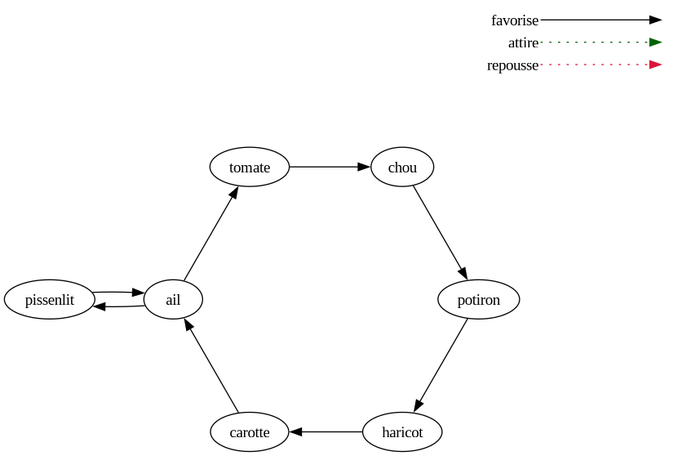
The Graphviz diagram graph/graph.dot.png in locherry/Jardin, before a commit. Its source is kept beside it as graph/graph.dot.
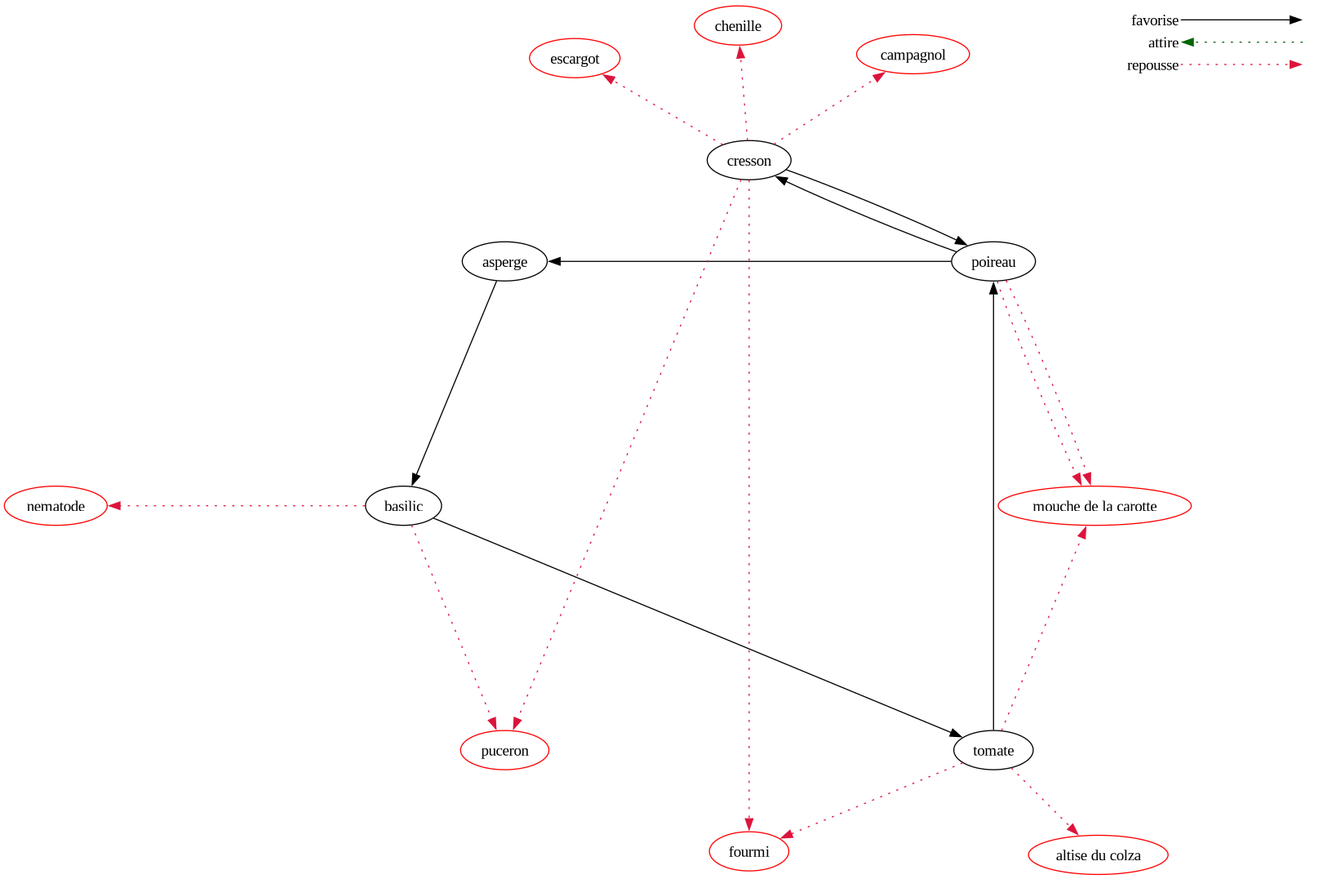
The same diagram one commit later.

Diff of the diagram source:
```diff
@@ -1,28 +1,51 @@
 digraph {
     layout="circo"
-    "pissenlit" -> "ail"
-    "ail" -> "tomate"
-    "tomate" -> "chou"
-    "chou" -> "potiron"
-    "potiron" -> "haricot"
-    "haricot" -> "carotte"
-    "carotte" -> "ail"
-    "ail" -> "pissenlit"
+    node [color = green]
+    node [color = red]
+    "nematode"
+    "puceron"
+    "altise du colza"
+    "fourmi"
+    "mouche de la carotte"
+    "campagnol"
+    "chenille"
+    "escargot"
+    node [color = black]
+    "basilic" -> "tomate"
+    "tomate" -> "poireau"
+    "poireau" -> "cresson"
+    "cresson" -> "poireau"
+    "poireau" -> "asperge"
+    "asperge" -> "basilic"
+    "basilic" -> "nematode" [color=crimson, style=dotted]
+    "basilic" -> "puceron" [color=crimson, style=dotted]
+    "tomate" -> "altise du colza" [color=crimson, style=dotted]
+    "tomate" -> "fourmi" [color=crimson, style=dotted]
+    "tomate" -> "mouche de la carotte" [color=crimson, style=dotted]
+    "poireau" -> "mouche de la carotte" [color=crimson, style=dotted]
+    "cresson" -> "campagnol" [color=crimson, style=dotted]
+    "cresson" -> "puceron" [color=crimson, style=dotted]
+    "cresson" -> "chenille" [color=crimson, style=dotted]
+    "cresson" -> "fourmi" [color=crimson, style=dotted]
+    "cresson" -> "escargot" [color=crimson, style=dotted]
+    "poireau" -> "mouche de la carotte" [color=crimson, style=dotted]
 
     subgraph cluster_01 {
         node [shape=plaintext]
         key [label=<<table border="0" cellpadding="2" cellspacing="0" cellborder="0">
-        <tr><td align="right" port="i1">favorise</td></tr>
-        <tr><td align="right" port="i2">attire</td></tr>
-        <tr><td align="right" port="i3">repousse</td></tr>
-        </table>>]
-        key2 [label=<<table border="0" cellpadding="2" cellspacing="0" cellborder="0">
-        <tr><td port="i1">&nbsp;</td></tr>
-        <tr><td port="i2">&nbsp;</td></tr>
-        <tr><td port="i3">&nbsp;</td></tr>
+            <tr><td align="right" port="i1">favorise</td></tr>
+            <tr><td align="right" port="i2">attire</td></tr>
+            <tr><td align="right" port="i3">repousse</td></tr>
+            </table>>]
+            key2 [label=<<table border="0" cellpadding="2" cellspacing="0" cellborder="0">
+            <tr><td port="i1">&nbsp;</td></tr>
+            <tr><td port="i2">&nbsp;</td></tr>
+            <tr><td port="i3">&nbsp;</td></tr>
         </table>>]
         key:i1:e -> key2:i1:w [color=black]
-        key:i2:e -> key2:i2:w [color=darkgreen, style=dotted]
+        key2:i2:w -> key:i2:e [color=darkgreen, style=dotted]
         key:i3:e -> key2:i3:w [color=crimson, style=dotted]
+
+        node [shape=circle]
     }
 }
```
